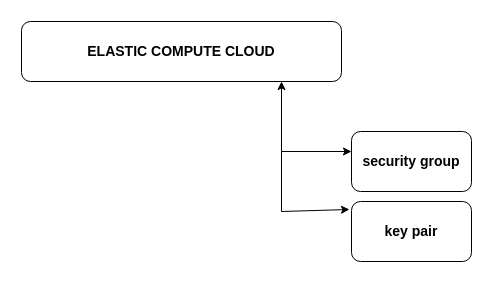
ashisnishanka/AWS keeps this draw.io diagram as Elastic compute cloud.drawio. Above is the earlier version. Source tidied: cells renumbered, new cells numbered last; positions are measured from the earlier drawing's top-left corner, leaving out a move shared by most shapes. Both pictures are drawn from the tidied source at 100%, with x=0, y=0 at pixel (21, 21).
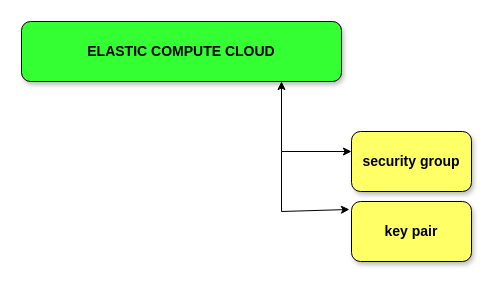
After the change.

Change to the diagram source:
```diff
@@
 <mxGraphModel>
   <root>
     <mxCell id="0" />
     <mxCell id="1" parent="0" />
-    <mxCell id="2" value="&lt;font style=&quot;font-size: 14px&quot;&gt;&lt;b&gt;ELASTIC COMPUTE CLOUD&lt;/b&gt;&lt;/font&gt;" style="rounded=1;whiteSpace=wrap;html=1;" parent="1" vertex="1">
+    <mxCell id="2" value="&lt;font style=&quot;font-size: 14px&quot;&gt;&lt;b&gt;ELASTIC COMPUTE CLOUD&lt;/b&gt;&lt;/font&gt;" style="rounded=1;whiteSpace=wrap;html=1;shadow=1;fillColor=#33FF33;" parent="1" vertex="1">
       <mxGeometry width="320" height="60" as="geometry" />
     </mxCell>
     <mxCell id="3" style="endArrow=classic;html=1;" parent="1" edge="1">
       <mxGeometry relative="1" as="geometry">
         <mxPoint x="260" y="130" as="sourcePoint" />
         <mxPoint x="260" y="60" as="targetPoint" />
       </mxGeometry>
     </mxCell>
     <mxCell id="4" style="endArrow=classic;html=1;" parent="1" edge="1">
       <mxGeometry relative="1" as="geometry">
         <mxPoint x="260" y="130" as="sourcePoint" />
         <mxPoint x="330" y="130" as="targetPoint" />
       </mxGeometry>
     </mxCell>
-    <mxCell id="5" value="&lt;font style=&quot;font-size: 14px&quot;&gt;&lt;b&gt;security group&lt;/b&gt;&lt;/font&gt;" style="rounded=1;whiteSpace=wrap;html=1;" parent="1" vertex="1">
+    <mxCell id="5" value="&lt;font style=&quot;font-size: 14px&quot;&gt;&lt;b&gt;security group&lt;/b&gt;&lt;/font&gt;" style="rounded=1;whiteSpace=wrap;html=1;shadow=1;fillColor=#FFFF66;" parent="1" vertex="1">
       <mxGeometry x="330" y="110" width="120" height="60" as="geometry" />
     </mxCell>
-    <mxCell id="6" value="&lt;font style=&quot;font-size: 14px&quot;&gt;&lt;b&gt;key pair&lt;/b&gt;&lt;/font&gt;" style="rounded=1;whiteSpace=wrap;html=1;" parent="1" vertex="1">
+    <mxCell id="6" value="&lt;font style=&quot;font-size: 14px&quot;&gt;&lt;b&gt;key pair&lt;/b&gt;&lt;/font&gt;" style="rounded=1;whiteSpace=wrap;html=1;shadow=1;fillColor=#FFFF66;" parent="1" vertex="1">
       <mxGeometry x="330" y="180" width="120" height="60" as="geometry" />
     </mxCell>
     <mxCell id="7" style="endArrow=classic;html=1;entryX=-0.017;entryY=0.133;entryDx=0;entryDy=0;entryPerimeter=0;" parent="1" edge="1" target="6">
       <mxGeometry relative="1" as="geometry">
         <mxPoint x="260" y="190" as="sourcePoint" />
       </mxGeometry>
     </mxCell>
     <mxCell id="8" style="endArrow=none;html=1;" parent="1" edge="1">
       <mxGeometry relative="1" as="geometry">
         <mxPoint x="260" y="190" as="sourcePoint" />
         <mxPoint x="260" y="130" as="targetPoint" />
       </mxGeometry>
     </mxCell>
   </root>
 </mxGraphModel>
```
